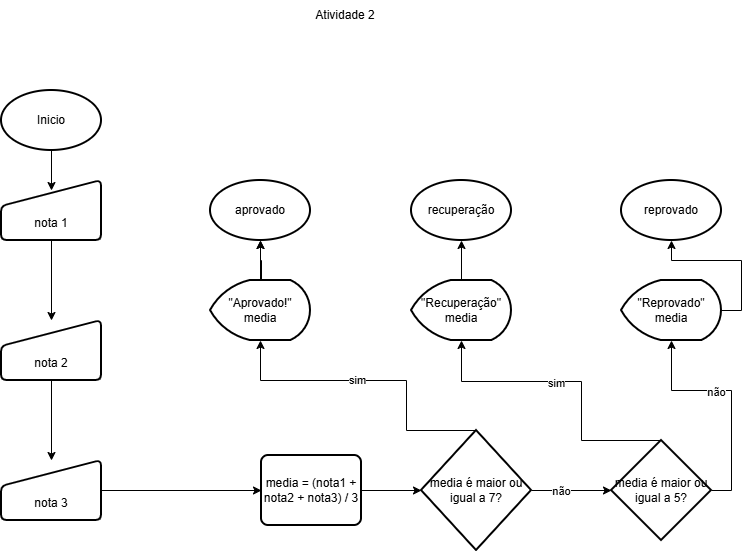
reireimsf-bit/Programacao-em-Python-SENAI keeps this draw.io diagram as atividade2.drawio.png. Above is the earlier version. Source tidied: cells renumbered, new cells last; positions are measured from the earlier drawing's top-left corner, leaving out a move shared by most shapes.
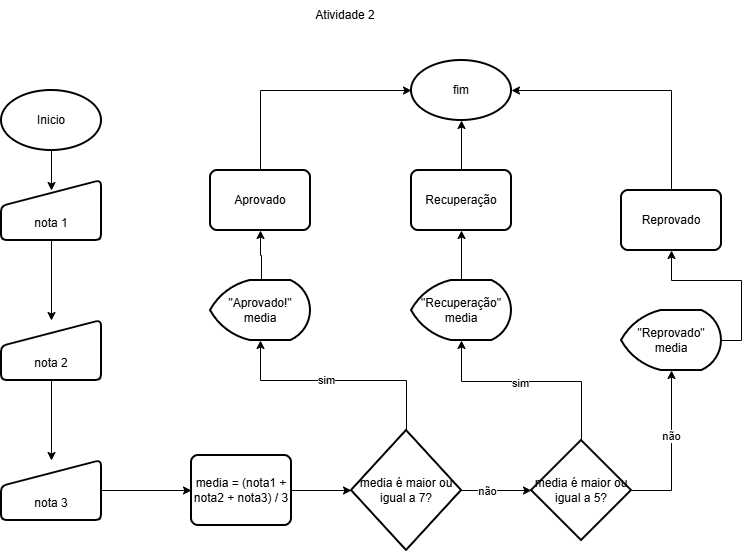
The same file after the commit.

Change to the diagram source:
```diff
@@ -33,11 +33,8 @@
       <mxGeometry relative="1" as="geometry" />
     </mxCell>
     <mxCell id="12" value="media = (nota1 + nota2 + nota3) / 3" style="rounded=1;whiteSpace=wrap;html=1;absoluteArcSize=1;arcSize=14;strokeWidth=2;" parent="1" vertex="1">
-      <mxGeometry x="260" y="455" width="100" height="70" as="geometry" />
+      <mxGeometry x="190" y="455" width="100" height="70" as="geometry" />
     </mxCell>
-    <mxCell id="13" style="edgeStyle=orthogonalEdgeStyle;rounded=0;jettySize=auto;html=1;exitX=0.5;exitY=0;exitDx=0;exitDy=0;exitPerimeter=0;entryX=0.5;entryY=1;entryDx=0;entryDy=0;entryPerimeter=0;" parent="1" edge="1" source="26" target="18">
-      <mxGeometry relative="1" as="geometry" />
-    </mxCell>
     <mxCell id="14" style="edgeStyle=orthogonalEdgeStyle;rounded=0;jettySize=auto;html=1;exitX=1;exitY=0.5;exitDx=0;exitDy=0;exitPerimeter=0;entryX=0;entryY=0.5;entryDx=0;entryDy=0;entryPerimeter=0;" parent="1" edge="1" source="16" target="21">
       <mxGeometry relative="1" as="geometry" />
     </mxCell>
@@ -45,31 +42,17 @@
       <mxGeometry x="-0.28" relative="1" as="geometry" />
     </mxCell>
     <mxCell id="16" value="media é maior ou igual a 7?" style="strokeWidth=2;html=1;shape=mxgraph.flowchart.decision;whiteSpace=wrap;" parent="1" vertex="1">
-      <mxGeometry x="420" y="430" width="110" height="120" as="geometry" />
+      <mxGeometry x="350" y="430" width="110" height="120" as="geometry" />
     </mxCell>
-    <mxCell id="17" style="edgeStyle=orthogonalEdgeStyle;rounded=0;jettySize=auto;html=1;" parent="1" edge="1" target="18">
-      <mxGeometry relative="1" as="geometry">
-        <mxPoint x="260" y="280" as="sourcePoint" />
-      </mxGeometry>
-    </mxCell>
-    <mxCell id="18" value="aprovado" style="strokeWidth=2;html=1;shape=mxgraph.flowchart.start_1;whiteSpace=wrap;" parent="1" vertex="1">
-      <mxGeometry x="209" y="180" width="100" height="60" as="geometry" />
-    </mxCell>
-    <mxCell id="19" style="edgeStyle=orthogonalEdgeStyle;rounded=0;jettySize=auto;html=1;exitX=0.5;exitY=0;exitDx=0;exitDy=0;exitPerimeter=0;entryX=0.5;entryY=1;entryDx=0;entryDy=0;entryPerimeter=0;" parent="1" edge="1" source="29" target="22">
+    <mxCell id="19" style="edgeStyle=orthogonalEdgeStyle;rounded=0;jettySize=auto;html=1;exitX=0.5;exitY=0;exitDx=0;exitDy=0;exitPerimeter=0;entryX=0.5;entryY=1;entryDx=0;entryDy=0;entryPerimeter=0;" parent="1" edge="1" source="36" target="22">
       <mxGeometry relative="1" as="geometry" />
     </mxCell>
-    <mxCell id="20" style="edgeStyle=orthogonalEdgeStyle;rounded=0;jettySize=auto;html=1;exitX=1;exitY=0.5;exitDx=0;exitDy=0;exitPerimeter=0;entryX=0.5;entryY=1;entryDx=0;entryDy=0;entryPerimeter=0;" parent="1" edge="1" source="32" target="23">
-      <mxGeometry relative="1" as="geometry" />
-    </mxCell>
     <mxCell id="21" value="media é maior ou igual a 5?" style="strokeWidth=2;html=1;shape=mxgraph.flowchart.decision;whiteSpace=wrap;" parent="1" vertex="1">
-      <mxGeometry x="610" y="440" width="100" height="100" as="geometry" />
+      <mxGeometry x="530" y="440" width="100" height="100" as="geometry" />
     </mxCell>
-    <mxCell id="22" value="recuperação" style="strokeWidth=2;html=1;shape=mxgraph.flowchart.start_1;whiteSpace=wrap;" parent="1" vertex="1">
-      <mxGeometry x="410" y="180" width="100" height="60" as="geometry" />
+    <mxCell id="22" value="fim" style="strokeWidth=2;html=1;shape=mxgraph.flowchart.start_1;whiteSpace=wrap;" parent="1" vertex="1">
+      <mxGeometry x="410" y="60" width="100" height="60" as="geometry" />
     </mxCell>
-    <mxCell id="23" value="reprovado" style="strokeWidth=2;html=1;shape=mxgraph.flowchart.start_1;whiteSpace=wrap;" parent="1" vertex="1">
-      <mxGeometry x="620" y="180" width="100" height="60" as="geometry" />
-    </mxCell>
     <mxCell id="24" style="edgeStyle=orthogonalEdgeStyle;rounded=0;jettySize=auto;html=1;exitX=0.5;exitY=0;exitDx=0;exitDy=0;exitPerimeter=0;entryX=0.5;entryY=1;entryDx=0;entryDy=0;entryPerimeter=0;" parent="1" edge="1" source="16" target="26">
       <mxGeometry relative="1" as="geometry">
         <Array as="points">
@@ -105,7 +88,33 @@
       <mxGeometry x="0.18" y="1" relative="1" as="geometry" />
     </mxCell>
     <mxCell id="32" value="&quot;Reprovado&quot;&lt;div&gt;media&lt;/div&gt;" style="strokeWidth=2;html=1;shape=mxgraph.flowchart.display;whiteSpace=wrap;" parent="1" vertex="1">
-      <mxGeometry x="620" y="280" width="100" height="60" as="geometry" />
+      <mxGeometry x="620" y="310" width="100" height="60" as="geometry" />
     </mxCell>
+    <mxCell id="33" style="edgeStyle=orthogonalEdgeStyle;rounded=0;jettySize=auto;html=1;" parent="1" edge="1" target="34">
+      <mxGeometry relative="1" as="geometry">
+        <mxPoint x="260" y="280" as="sourcePoint" />
+      </mxGeometry>
+    </mxCell>
+    <mxCell id="34" value="Aprovado" style="rounded=1;whiteSpace=wrap;html=1;absoluteArcSize=1;arcSize=14;strokeWidth=2;" parent="1" vertex="1">
+      <mxGeometry x="209" y="170" width="100" height="60" as="geometry" />
+    </mxCell>
+    <mxCell id="35" style="edgeStyle=orthogonalEdgeStyle;rounded=0;jettySize=auto;html=1;exitX=0.5;exitY=0;exitDx=0;exitDy=0;exitPerimeter=0;entryX=0.5;entryY=1;entryDx=0;entryDy=0;entryPerimeter=0;" parent="1" edge="1" source="29" target="36">
+      <mxGeometry relative="1" as="geometry" />
+    </mxCell>
+    <mxCell id="36" value="Recuperação" style="rounded=1;whiteSpace=wrap;html=1;absoluteArcSize=1;arcSize=14;strokeWidth=2;" parent="1" vertex="1">
+      <mxGeometry x="410" y="170" width="100" height="60" as="geometry" />
+    </mxCell>
+    <mxCell id="37" style="edgeStyle=orthogonalEdgeStyle;rounded=0;jettySize=auto;html=1;exitX=1;exitY=0.5;exitDx=0;exitDy=0;exitPerimeter=0;entryX=0.5;entryY=1;entryDx=0;entryDy=0;entryPerimeter=0;" parent="1" edge="1" source="32" target="38">
+      <mxGeometry relative="1" as="geometry" />
+    </mxCell>
+    <mxCell id="38" value="Reprovado" style="rounded=1;whiteSpace=wrap;html=1;absoluteArcSize=1;arcSize=14;strokeWidth=2;" parent="1" vertex="1">
+      <mxGeometry x="620" y="190" width="100" height="60" as="geometry" />
+    </mxCell>
+    <mxCell id="39" style="edgeStyle=orthogonalEdgeStyle;rounded=0;jettySize=auto;html=1;exitX=0.5;exitY=0;exitDx=0;exitDy=0;entryX=0;entryY=0.5;entryDx=0;entryDy=0;entryPerimeter=0;" parent="1" edge="1" source="34" target="22">
+      <mxGeometry relative="1" as="geometry" />
+    </mxCell>
+    <mxCell id="40" style="edgeStyle=orthogonalEdgeStyle;rounded=0;jettySize=auto;html=1;exitX=0.5;exitY=0;exitDx=0;exitDy=0;entryX=1;entryY=0.5;entryDx=0;entryDy=0;entryPerimeter=0;" parent="1" edge="1" source="38" target="22">
+      <mxGeometry relative="1" as="geometry" />
+    </mxCell>
   </root>
 </mxGraphModel>
```
